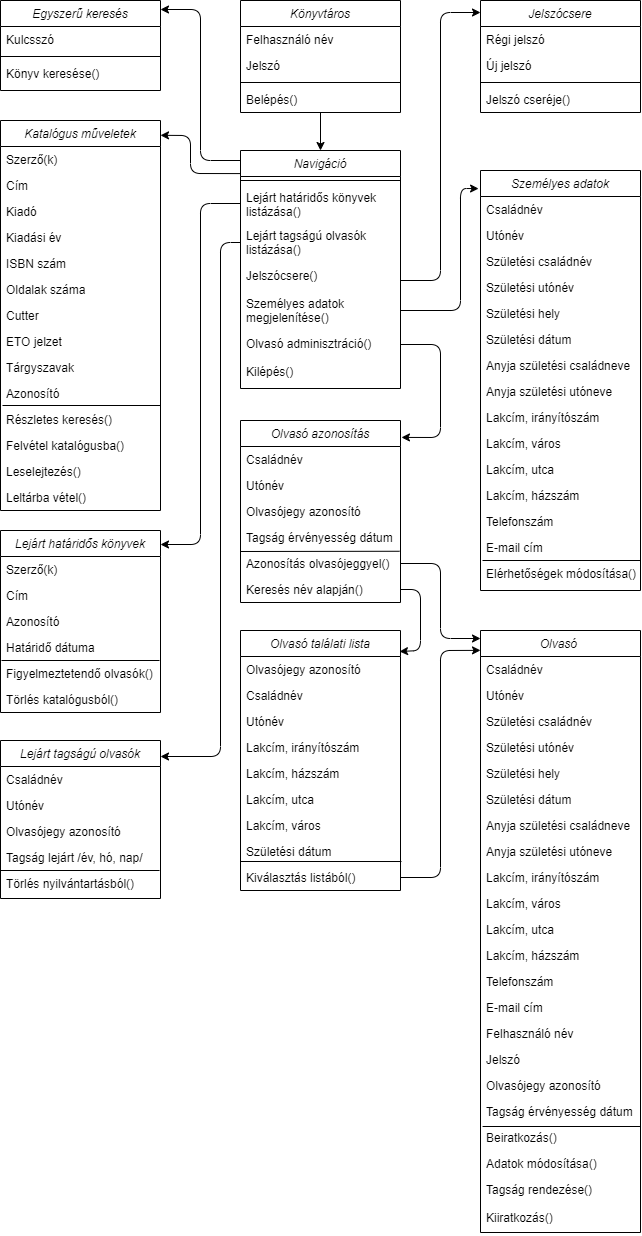
BoCiMaja/AFP2020_1_Lev_Csop2 keeps this draw.io diagram as Doc/image/konyvtaros_hatarosztalyai.png. Above is the earlier version. Source tidied: cells renumbered, new cells last; positions are measured from the earlier drawing's top-left corner, leaving out a move shared by most shapes.
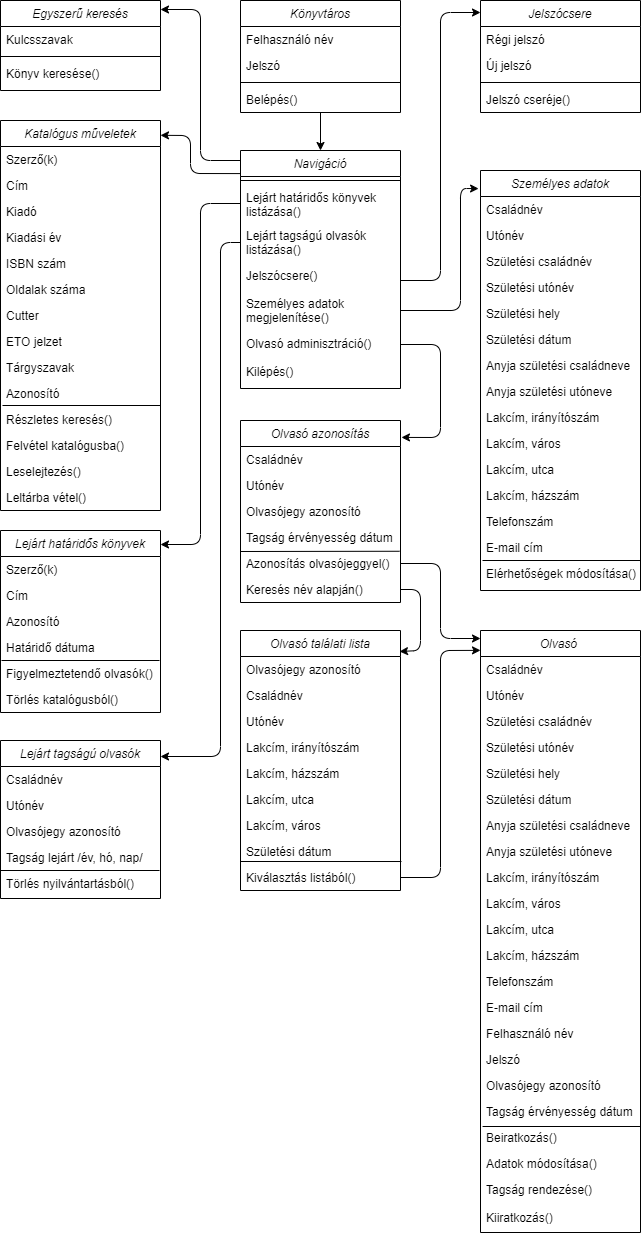
The same file after the commit.

Commit message:
Határosztályok diagramok módosítása

Diff of the diagram source:
```diff
@@ -89,7 +89,7 @@
     <mxCell id="29" value="Egyszerű keresés" style="swimlane;fontStyle=2;align=center;verticalAlign=top;horizontal=1;startSize=26;rounded=0;shadow=0;strokeWidth=1;" parent="1" vertex="1">
       <mxGeometry width="160" height="90" as="geometry" />
     </mxCell>
-    <mxCell id="30" value="Kulcsszó" style="text;align=left;verticalAlign=top;spacingLeft=4;spacingRight=4;overflow=hidden;" parent="29" vertex="1">
+    <mxCell id="30" value="Kulcsszavak" style="text;align=left;verticalAlign=top;spacingLeft=4;spacingRight=4;overflow=hidden;" parent="29" vertex="1">
       <mxGeometry y="26" width="160" height="26" as="geometry" />
     </mxCell>
     <mxCell id="31" style="line;html=1;strokeWidth=1;align=left;verticalAlign=middle;spacingTop=-1;spacingLeft=3;spacingRight=3;labelPosition=right;" parent="29" vertex="1">
```
